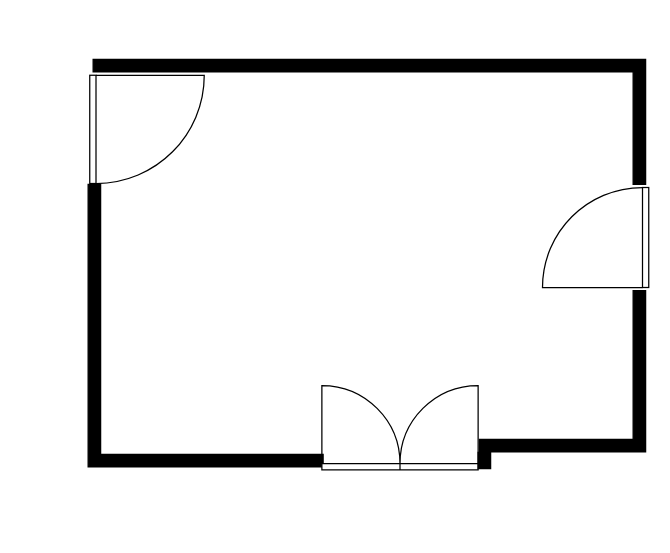
LiuZixia/R-tools keeps this draw.io diagram as Untitled Diagram.drawio. Above is the earlier version. Source tidied: cells renumbered, new cells numbered last; positions are measured from the earlier drawing's top-left corner, leaving out a move shared by most shapes. Both pictures are drawn from the tidied source at 125%, with x=0, y=0 at pixel (88, 59).
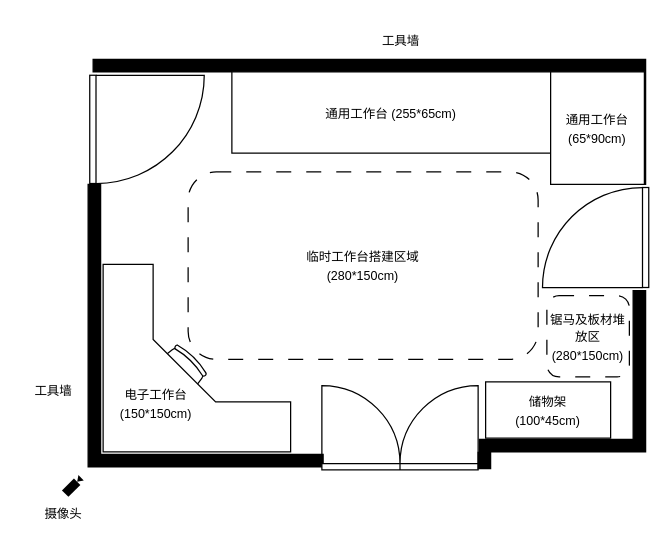
Above is the later version.

Change to the diagram source:
```diff
@@
 <mxGraphModel>
   <root>
     <mxCell id="0" />
     <mxCell id="1" parent="0" />
     <mxCell id="2" style="verticalLabelPosition=bottom;html=1;verticalAlign=top;align=center;shape=mxgraph.floorplan.doorRight;rotation=-90;" parent="1" vertex="1">
       <mxGeometry x="4" y="10" width="86.6" height="92" as="geometry" />
     </mxCell>
     <mxCell id="3" style="verticalLabelPosition=bottom;html=1;verticalAlign=top;align=center;shape=mxgraph.floorplan.wallCorner;fillColor=strokeColor;direction=south;" parent="1" vertex="1">
       <mxGeometry x="4" width="442" height="100" as="geometry" />
     </mxCell>
     <mxCell id="4" style="verticalLabelPosition=bottom;html=1;verticalAlign=top;align=center;shape=mxgraph.floorplan.doorRight;rotation=90;" parent="1" vertex="1">
       <mxGeometry x="366" y="100" width="80" height="85" as="geometry" />
     </mxCell>
     <mxCell id="5" style="verticalLabelPosition=bottom;html=1;verticalAlign=top;align=center;shape=mxgraph.floorplan.wallCorner;fillColor=strokeColor;direction=west;" parent="1" vertex="1">
       <mxGeometry x="313" y="185" width="133" height="129" as="geometry" />
     </mxCell>
     <mxCell id="6" style="verticalLabelPosition=bottom;html=1;verticalAlign=top;align=center;shape=mxgraph.floorplan.wallCorner;fillColor=strokeColor;direction=north;" parent="1" vertex="1">
       <mxGeometry y="100" width="188" height="226" as="geometry" />
     </mxCell>
     <mxCell id="7" style="verticalLabelPosition=bottom;html=1;verticalAlign=top;align=center;shape=mxgraph.floorplan.doorDouble;rotation=-180;" parent="1" vertex="1">
       <mxGeometry x="187" y="262" width="125" height="66.4" as="geometry" />
     </mxCell>
     <mxCell id="8" style="verticalLabelPosition=bottom;html=1;verticalAlign=top;align=center;shape=mxgraph.floorplan.wall;fillColor=strokeColor;direction=south;" parent="1" vertex="1">
       <mxGeometry x="312" y="314.4" width="10" height="13" as="geometry" />
     </mxCell>
+    <mxCell id="9" value="&lt;font style=&quot;font-size: 10px;&quot;&gt;通用工作台 (255*65cm)&lt;/font&gt;" style="rounded=0;whiteSpace=wrap;html=1;" parent="1" vertex="1">
+      <mxGeometry x="115" y="10" width="255" height="65" as="geometry" />
+    </mxCell>
+    <mxCell id="10" value="&lt;font style=&quot;font-size: 10px;&quot;&gt;通用工作台&lt;br&gt;(65*90cm)&lt;/font&gt;" style="rounded=0;whiteSpace=wrap;html=1;" parent="1" vertex="1">
+      <mxGeometry x="370" y="10" width="75" height="90" as="geometry" />
+    </mxCell>
+    <mxCell id="11" style="shape=mxgraph.signs.tech.video_camera;html=1;fillColor=#000000;strokeColor=none;verticalLabelPosition=bottom;verticalAlign=top;align=center;rotation=-45;" parent="1" vertex="1">
+      <mxGeometry x="-21" y="337.4" width="18" height="7.3" as="geometry" />
+    </mxCell>
+    <mxCell id="12" value="&lt;font style=&quot;font-size: 10px;&quot;&gt;摄像头&lt;/font&gt;" style="text;html=1;align=center;verticalAlign=middle;strokeColor=none;fillColor=none;" parent="1" vertex="1">
+      <mxGeometry x="-45" y="348" width="50" height="30" as="geometry" />
+    </mxCell>
+    <mxCell id="13" value="&lt;font style=&quot;font-size: 10px;&quot;&gt;工具墙&lt;/font&gt;" style="text;html=1;align=center;verticalAlign=middle;strokeColor=none;fillColor=none;" parent="1" vertex="1">
+      <mxGeometry x="224.5" y="-30" width="50" height="30" as="geometry" />
+    </mxCell>
+    <mxCell id="14" value="&lt;font style=&quot;font-size: 10px;&quot;&gt;临时工作台搭建区域&lt;br&gt;(280*150cm)&lt;/font&gt;" style="rounded=1;whiteSpace=wrap;html=1;dashed=1;dashPattern=12 12;" parent="1" vertex="1">
+      <mxGeometry x="80" y="90" width="280" height="150" as="geometry" />
+    </mxCell>
+    <mxCell id="15" style="verticalLabelPosition=bottom;html=1;verticalAlign=top;align=center;shape=mxgraph.floorplan.desk_corner;rotation=-90;flipH=0;flipV=0;" parent="1" vertex="1">
+      <mxGeometry x="12" y="164" width="150" height="150" as="geometry" />
+    </mxCell>
+    <mxCell id="16" value="&lt;font style=&quot;font-size: 10px;&quot;&gt;电子工作台&lt;br&gt;(150*150cm)&lt;br&gt;&lt;/font&gt;" style="text;html=1;align=center;verticalAlign=middle;strokeColor=none;fillColor=none;" parent="1" vertex="1">
+      <mxGeometry x="14" y="255" width="80" height="40" as="geometry" />
+    </mxCell>
+    <mxCell id="17" value="&lt;font style=&quot;font-size: 10px;&quot;&gt;工具墙&lt;/font&gt;" style="text;html=1;align=center;verticalAlign=middle;strokeColor=none;fillColor=none;" parent="1" vertex="1">
+      <mxGeometry x="-53" y="250" width="50" height="30" as="geometry" />
+    </mxCell>
+    <mxCell id="18" value="&lt;font style=&quot;font-size: 10px;&quot;&gt;储物架&lt;br&gt;(100*45cm)&lt;/font&gt;" style="rounded=0;whiteSpace=wrap;html=1;" parent="1" vertex="1">
+      <mxGeometry x="318" y="258" width="100" height="45" as="geometry" />
+    </mxCell>
+    <mxCell id="19" value="&lt;font style=&quot;font-size: 10px;&quot;&gt;锯马及板材堆放区&lt;br&gt;(280*150cm)&lt;/font&gt;" style="rounded=1;whiteSpace=wrap;html=1;dashed=1;dashPattern=12 12;" parent="1" vertex="1">
+      <mxGeometry x="367" y="189" width="66" height="65" as="geometry" />
+    </mxCell>
   </root>
 </mxGraphModel>
```
